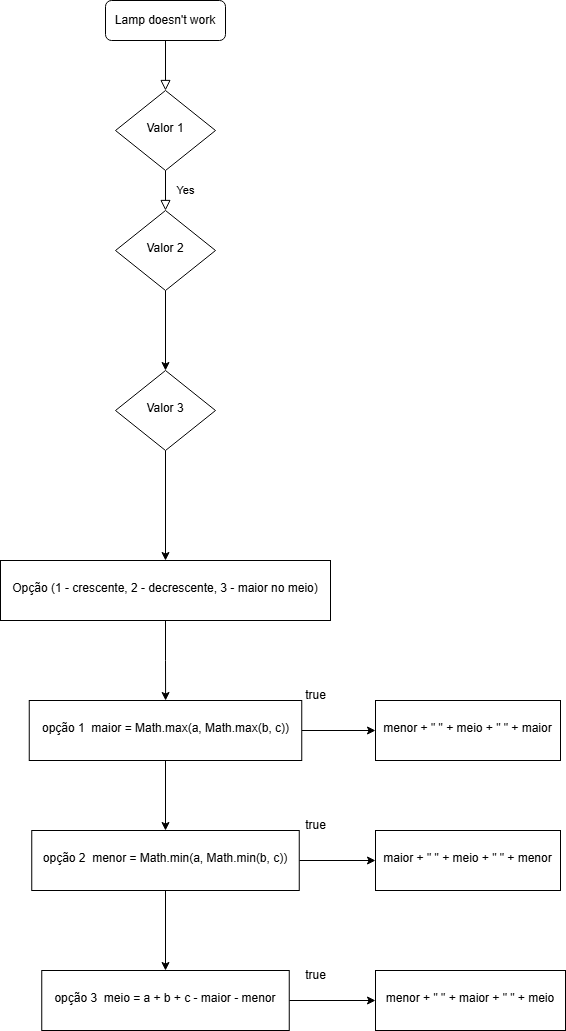
This is ex24.drawio.png from Scchmidt/Diagramas, a draw.io export, as it was before one commit. Source tidied: cells renumbered, new cells last; positions are measured from the earlier drawing's top-left corner, leaving out a move shared by most shapes.
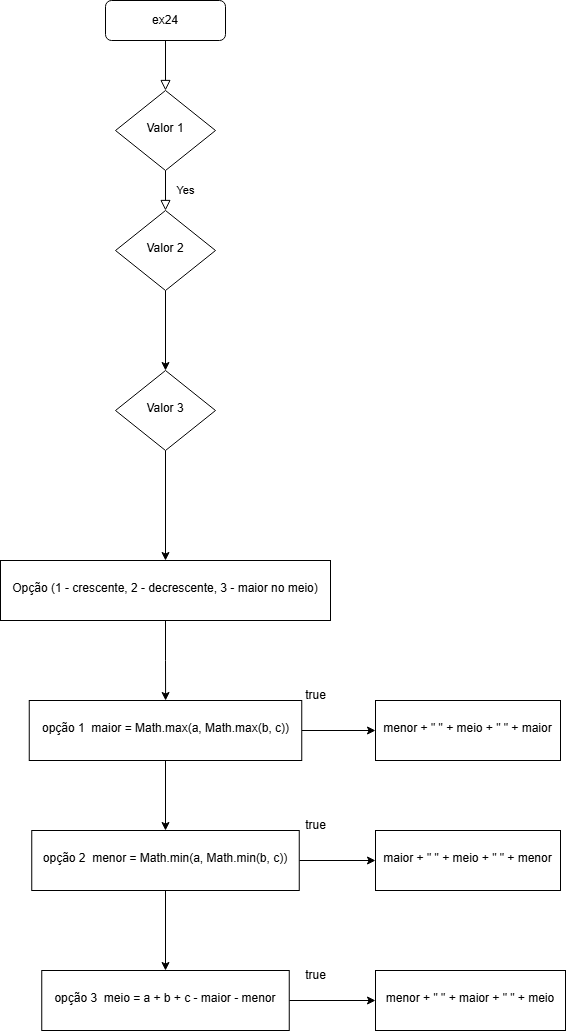
After the change.

Change to the diagram source:
```diff
@@ -5,7 +5,7 @@
     <mxCell id="2" style="rounded=0;html=1;jettySize=auto;fontSize=11;endArrow=block;endFill=0;endSize=8;strokeWidth=1;shadow=0;labelBackgroundColor=none;edgeStyle=orthogonalEdgeStyle;" parent="1" edge="1" source="3" target="5">
       <mxGeometry relative="1" as="geometry" />
     </mxCell>
-    <mxCell id="3" value="Lamp doesn't work" style="rounded=1;whiteSpace=wrap;html=1;fontSize=12;glass=0;strokeWidth=1;shadow=0;" parent="1" vertex="1">
+    <mxCell id="3" value="ex24" style="rounded=1;whiteSpace=wrap;html=1;fontSize=12;glass=0;strokeWidth=1;shadow=0;" parent="1" vertex="1">
       <mxGeometry x="105" width="120" height="40" as="geometry" />
     </mxCell>
     <mxCell id="4" value="Yes" style="rounded=0;html=1;jettySize=auto;fontSize=11;endArrow=block;endFill=0;endSize=8;strokeWidth=1;shadow=0;labelBackgroundColor=none;edgeStyle=orthogonalEdgeStyle;" parent="1" edge="1" source="5" target="7">
```
